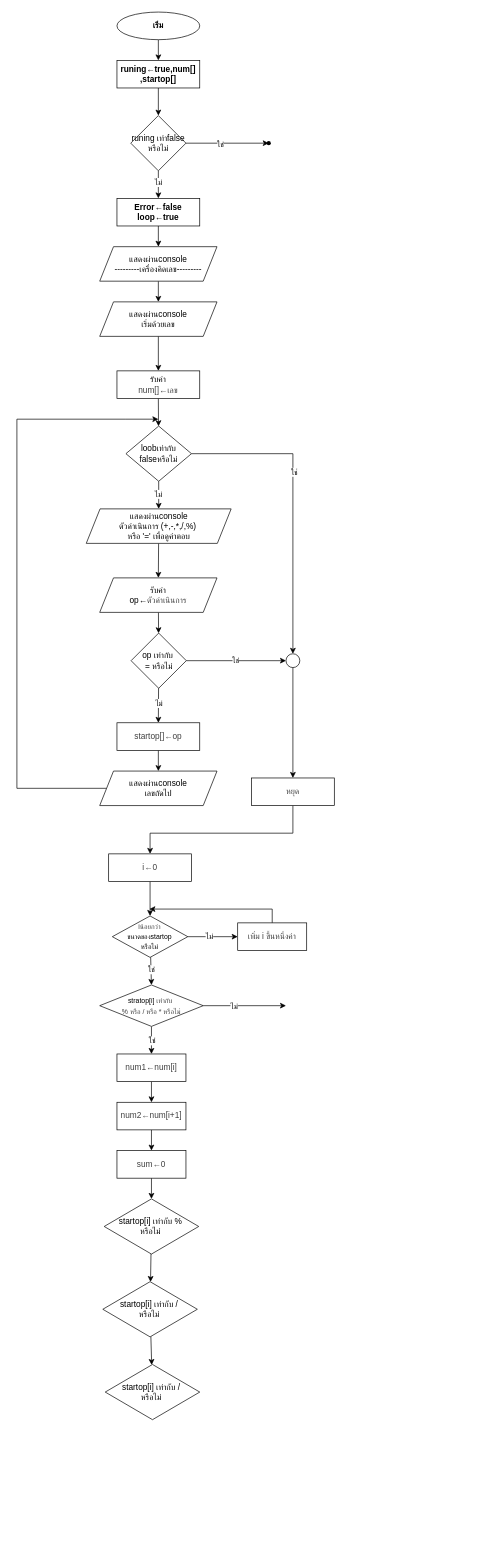
Before: calculate.drawio in Kitsanapong-F/Projectcalculator, a draw.io diagram. Source tidied: cells renumbered, new cells numbered last; positions are measured from the earlier drawing's top-left corner, leaving out a move shared by most shapes. Both pictures are drawn from the tidied source at 69%, with x=0, y=0 at pixel (17, 12).
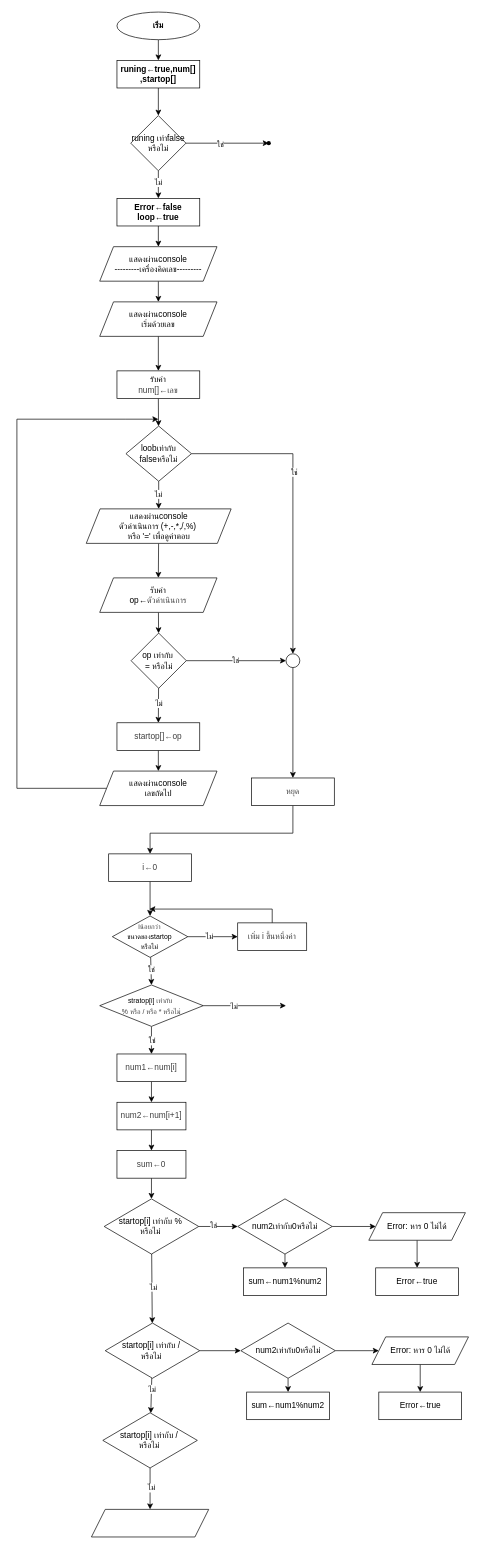
The same page after the edit.

Unchanged cells that the change refers to:
```xml
<mxCell id="62" style="edgeStyle=none;html=1;" parent="1" edge="1" source="63" target="65">
  <mxGeometry relative="1" as="geometry" />
</mxCell>
<mxCell id="63" value="startop[i] เท่ากับ %&amp;nbsp;&lt;div&gt;หรือไม่&amp;nbsp;&lt;/div&gt;" style="rhombus;whiteSpace=wrap;html=1;" parent="1" vertex="1">
  <mxGeometry x="126.5" y="1720" width="137" height="80" as="geometry" />
</mxCell>
<mxCell id="64" style="edgeStyle=none;html=1;" parent="1" edge="1" source="65" target="66">
  <mxGeometry relative="1" as="geometry" />
</mxCell>
```

The edit, as a diff of the source:
```diff
@@
+    <mxCell id="67" value="ไม่" style="edgeLabel;html=1;align=center;verticalAlign=middle;" parent="62" vertex="1">
+      <mxGeometry x="-0.05" y="2" relative="1" as="geometry" />
+    </mxCell>
+    <mxCell id="68" style="edgeStyle=none;html=1;" parent="1" edge="1" source="63" target="77">
+      <mxGeometry relative="1" as="geometry" />
+    </mxCell>
+    <mxCell id="69" value="ใช่" style="edgeLabel;html=1;align=center;verticalAlign=middle;" parent="68" vertex="1">
+      <mxGeometry x="-0.24" y="2" relative="1" as="geometry" />
+    </mxCell>
@@
+    <mxCell id="70" value="ไม่" style="edgeLabel;html=1;align=center;verticalAlign=middle;" parent="64" vertex="1">
+      <mxGeometry x="-0.36" relative="1" as="geometry" />
+    </mxCell>
+    <mxCell id="71" style="edgeStyle=none;html=1;" parent="1" edge="1" source="65" target="84">
+      <mxGeometry relative="1" as="geometry" />
+    </mxCell>
     <mxCell id="65" value="startop[i] เท่ากับ /&amp;nbsp;&lt;div&gt;หรือไม่&amp;nbsp;&lt;/div&gt;" style="rhombus;whiteSpace=wrap;html=1;" parent="1" vertex="1">
-      <mxGeometry x="124.5" y="1840" width="137" height="80" as="geometry" />
+      <mxGeometry x="128" y="1900" width="137" height="80" as="geometry" />
     </mxCell>
+    <mxCell id="72" style="edgeStyle=none;html=1;entryX=0.5;entryY=0;entryDx=0;entryDy=0;" parent="1" edge="1" source="66" target="74">
+      <mxGeometry relative="1" as="geometry" />
+    </mxCell>
+    <mxCell id="73" value="ไม่" style="edgeLabel;html=1;align=center;verticalAlign=middle;" parent="72" vertex="1">
+      <mxGeometry x="-0.08" y="1" relative="1" as="geometry" />
+    </mxCell>
     <mxCell id="66" value="startop[i] เท่ากับ /&amp;nbsp;&lt;div&gt;หรือไม่&amp;nbsp;&lt;/div&gt;" style="rhombus;whiteSpace=wrap;html=1;" parent="1" vertex="1">
-      <mxGeometry x="128" y="1960" width="137" height="80" as="geometry" />
+      <mxGeometry x="124.5" y="2030" width="137" height="80" as="geometry" />
     </mxCell>
+    <mxCell id="74" style="shape=parallelogram;perimeter=parallelogramPerimeter;whiteSpace=wrap;html=1;fixedSize=1;" parent="1" vertex="1">
+      <mxGeometry x="108" y="2170" width="170" height="40" as="geometry" />
+    </mxCell>
+    <mxCell id="75" style="edgeStyle=none;html=1;" parent="1" edge="1" source="77" target="79">
+      <mxGeometry relative="1" as="geometry" />
+    </mxCell>
+    <mxCell id="76" style="edgeStyle=none;html=1;" parent="1" edge="1" source="77" target="80">
+      <mxGeometry relative="1" as="geometry" />
+    </mxCell>
+    <mxCell id="77" value="num2เท่ากับ0หรือไม่" style="rhombus;whiteSpace=wrap;html=1;" parent="1" vertex="1">
+      <mxGeometry x="320" y="1720" width="137" height="80" as="geometry" />
+    </mxCell>
+    <mxCell id="78" style="edgeStyle=none;html=1;" parent="1" edge="1" source="79" target="81">
+      <mxGeometry relative="1" as="geometry" />
+    </mxCell>
+    <mxCell id="79" value="Error: หาร 0 ไม่ได้" style="shape=parallelogram;perimeter=parallelogramPerimeter;whiteSpace=wrap;html=1;fixedSize=1;" parent="1" vertex="1">
+      <mxGeometry x="510" y="1740" width="140" height="40" as="geometry" />
+    </mxCell>
+    <mxCell id="80" value="sum←num1%num2" style="whiteSpace=wrap;html=1;" parent="1" vertex="1">
+      <mxGeometry x="328.5" y="1820" width="120" height="40" as="geometry" />
+    </mxCell>
+    <mxCell id="81" value="Error←true" style="whiteSpace=wrap;html=1;" parent="1" vertex="1">
+      <mxGeometry x="520" y="1820" width="120" height="40" as="geometry" />
+    </mxCell>
+    <mxCell id="82" style="edgeStyle=none;html=1;" parent="1" edge="1" source="84" target="86">
+      <mxGeometry relative="1" as="geometry" />
+    </mxCell>
+    <mxCell id="83" style="edgeStyle=none;html=1;" parent="1" edge="1" source="84" target="87">
+      <mxGeometry relative="1" as="geometry" />
+    </mxCell>
+    <mxCell id="84" value="num2เท่ากับ0หรือไม่" style="rhombus;whiteSpace=wrap;html=1;" parent="1" vertex="1">
+      <mxGeometry x="324.5" y="1900" width="137" height="80" as="geometry" />
+    </mxCell>
+    <mxCell id="85" style="edgeStyle=none;html=1;" parent="1" edge="1" source="86" target="88">
+      <mxGeometry relative="1" as="geometry" />
+    </mxCell>
+    <mxCell id="86" value="Error: หาร 0 ไม่ได้" style="shape=parallelogram;perimeter=parallelogramPerimeter;whiteSpace=wrap;html=1;fixedSize=1;" parent="1" vertex="1">
+      <mxGeometry x="514.5" y="1920" width="140" height="40" as="geometry" />
+    </mxCell>
+    <mxCell id="87" value="sum←num1%num2" style="whiteSpace=wrap;html=1;" parent="1" vertex="1">
+      <mxGeometry x="333" y="2000" width="120" height="40" as="geometry" />
+    </mxCell>
+    <mxCell id="88" value="Error←true" style="whiteSpace=wrap;html=1;" parent="1" vertex="1">
+      <mxGeometry x="524.5" y="2000" width="120" height="40" as="geometry" />
+    </mxCell>
```
